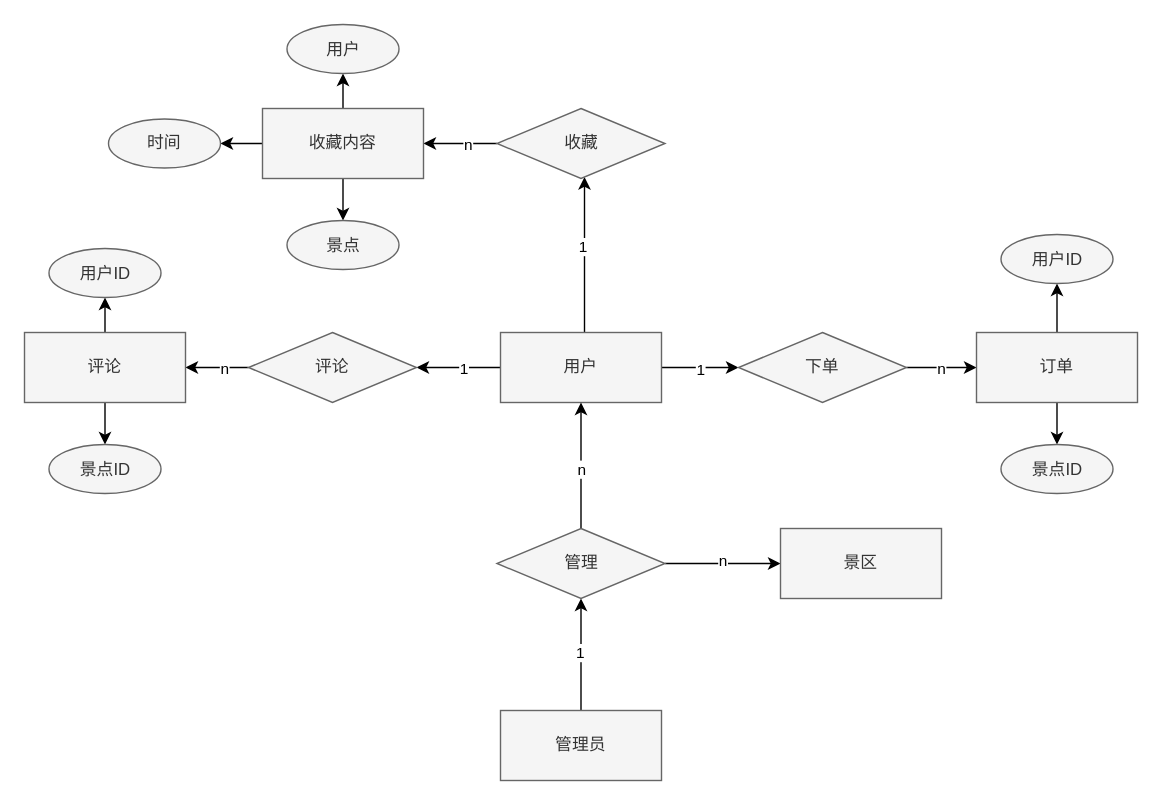
Above: sql/系统er图.drawio in ren9901/tourism-j2ee-wx (draw.io), before the change. Source tidied: cells renumbered, new cells numbered last; positions are measured from the earlier drawing's top-left corner, leaving out a move shared by most shapes. Both pictures are drawn from the tidied source at 140%, with x=0, y=0 at pixel (24, 24).
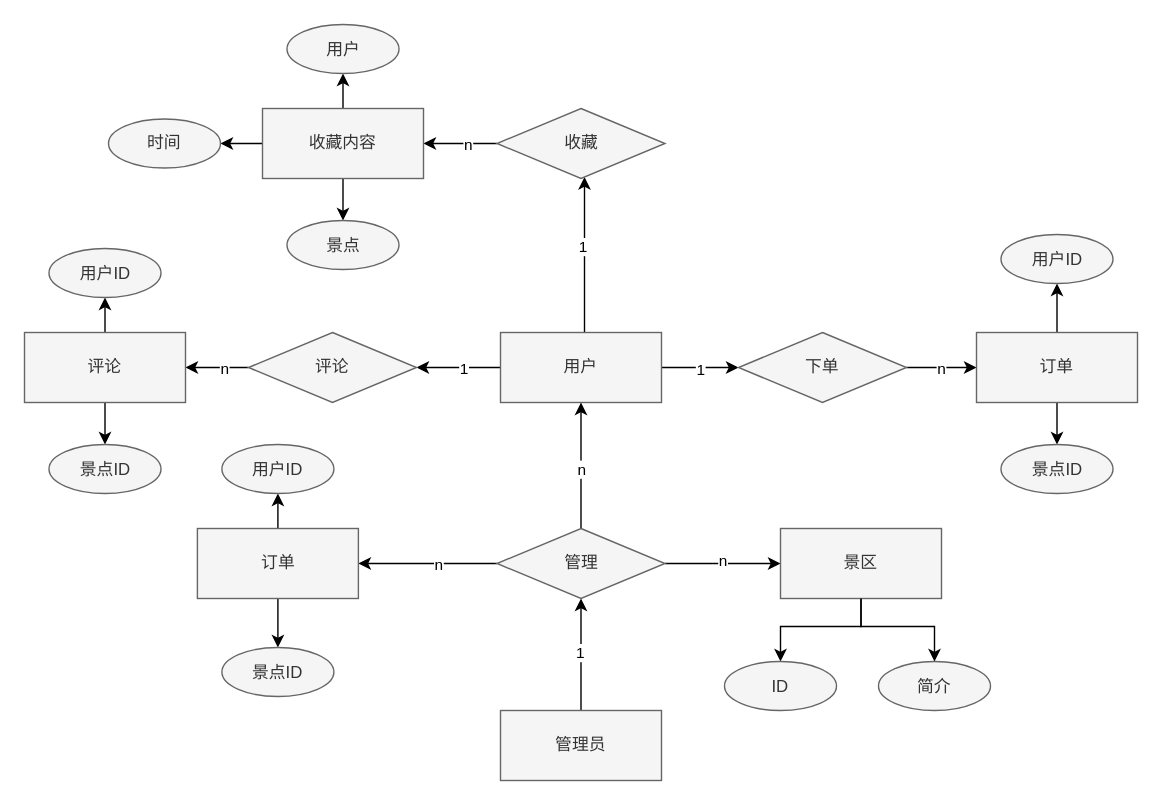
The same diagram, later.

Commit message (it also covers changes not shown here):
更新系统er图.drawio

Unchanged cells that the change refers to:
```xml
<mxCell id="16" value="管理" style="rhombus;whiteSpace=wrap;html=1;fillColor=#f5f5f5;fontColor=#333333;strokeColor=#666666;" parent="1" vertex="1">
  <mxGeometry x="337.5" y="360" width="120" height="50" as="geometry" />
</mxCell>
<mxCell id="43" value="景区" style="rounded=0;whiteSpace=wrap;html=1;fillColor=#f5f5f5;fontColor=#333333;strokeColor=#666666;" parent="1" vertex="1">
  <mxGeometry x="540" y="360" width="115" height="50" as="geometry" />
</mxCell>
```

The edit, as a diff of the source:
```diff
@@
+    <mxCell id="44" style="edgeStyle=orthogonalEdgeStyle;rounded=0;jettySize=auto;html=1;" parent="1" edge="1" source="16" target="52">
+      <mxGeometry relative="1" as="geometry" />
+    </mxCell>
+    <mxCell id="45" value="n" style="edgeLabel;html=1;align=center;verticalAlign=middle;" parent="44" vertex="1">
+      <mxGeometry x="-0.14" relative="1" as="geometry">
+        <mxPoint x="1" as="offset" />
+      </mxGeometry>
+    </mxCell>
@@
+    <mxCell id="46" style="edgeStyle=orthogonalEdgeStyle;rounded=0;jettySize=auto;html=1;entryX=0.5;entryY=0;entryDx=0;entryDy=0;" parent="1" edge="1" source="43" target="47">
+      <mxGeometry relative="1" as="geometry">
+        <Array as="points">
+          <mxPoint x="598" y="430" />
+          <mxPoint x="540" y="430" />
+        </Array>
+      </mxGeometry>
+    </mxCell>
@@
+    <mxCell id="47" value="ID" style="ellipse;whiteSpace=wrap;html=1;fillColor=#f5f5f5;strokeColor=#666666;fontColor=#333333;rounded=0;" parent="1" vertex="1">
+      <mxGeometry x="500" y="455" width="80" height="35" as="geometry" />
+    </mxCell>
+    <mxCell id="48" value="简介" style="ellipse;whiteSpace=wrap;html=1;fillColor=#f5f5f5;strokeColor=#666666;fontColor=#333333;rounded=0;" parent="1" vertex="1">
+      <mxGeometry x="610" y="455" width="80" height="35" as="geometry" />
+    </mxCell>
+    <mxCell id="49" style="edgeStyle=orthogonalEdgeStyle;rounded=0;jettySize=auto;html=1;entryX=0.5;entryY=0;entryDx=0;entryDy=0;exitX=0.5;exitY=1;exitDx=0;exitDy=0;" parent="1" edge="1" source="43" target="48">
+      <mxGeometry relative="1" as="geometry">
+        <Array as="points">
+          <mxPoint x="598" y="430" />
+          <mxPoint x="650" y="430" />
+        </Array>
+      </mxGeometry>
+    </mxCell>
+    <mxCell id="50" style="edgeStyle=orthogonalEdgeStyle;rounded=0;jettySize=auto;html=1;" parent="1" edge="1" source="52" target="53">
+      <mxGeometry relative="1" as="geometry" />
+    </mxCell>
+    <mxCell id="51" style="edgeStyle=orthogonalEdgeStyle;rounded=0;jettySize=auto;html=1;" parent="1" edge="1" source="52" target="54">
+      <mxGeometry relative="1" as="geometry" />
+    </mxCell>
+    <mxCell id="52" value="订单" style="rounded=0;whiteSpace=wrap;html=1;fillColor=#f5f5f5;fontColor=#333333;strokeColor=#666666;" parent="1" vertex="1">
+      <mxGeometry x="123.5" y="360" width="115" height="50" as="geometry" />
+    </mxCell>
+    <mxCell id="53" value="用户ID" style="ellipse;whiteSpace=wrap;html=1;fillColor=#f5f5f5;strokeColor=#666666;fontColor=#333333;rounded=0;" parent="1" vertex="1">
+      <mxGeometry x="141" y="300" width="80" height="35" as="geometry" />
+    </mxCell>
+    <mxCell id="54" value="景点ID" style="ellipse;whiteSpace=wrap;html=1;fillColor=#f5f5f5;strokeColor=#666666;fontColor=#333333;rounded=0;" parent="1" vertex="1">
+      <mxGeometry x="141" y="445" width="80" height="35" as="geometry" />
+    </mxCell>
```
